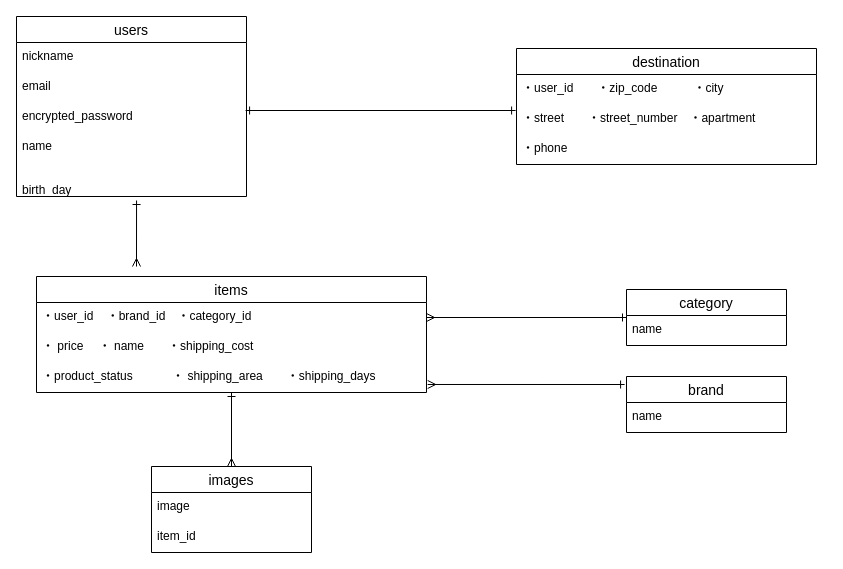
megumi04/furima-37659 keeps this draw.io diagram as test.dio. Above is the earlier version. Source tidied: cells renumbered, new cells numbered last; positions are measured from the earlier drawing's top-left corner, leaving out a move shared by most shapes. Both pictures are drawn from the tidied source at 100%, with x=0, y=0 at pixel (16, 16).
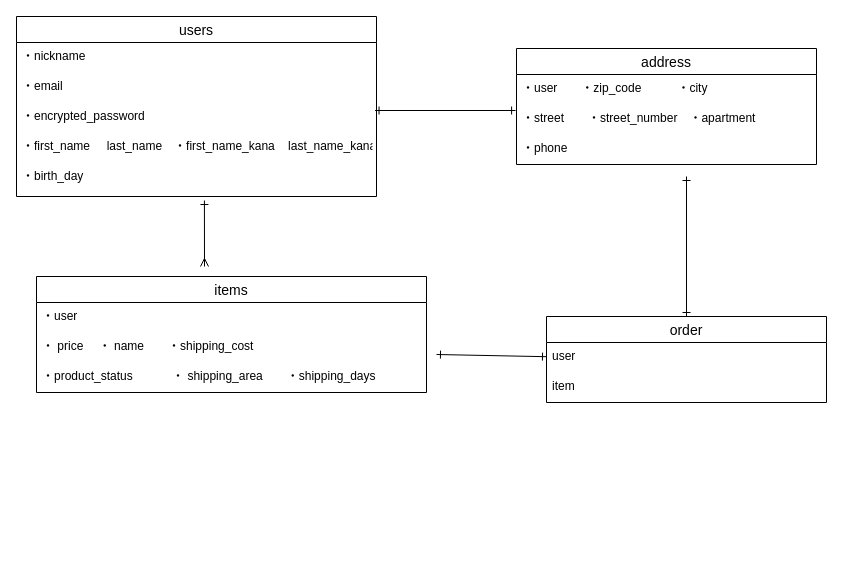
After the change.

Unchanged cells that the change refers to:
```xml
<mxCell id="6" value="items" style="swimlane;fontStyle=0;horizontal=1;startSize=26;align=center;fontSize=14;" parent="1" vertex="1">
  <mxGeometry x="20" y="260" width="390" height="116" as="geometry" />
</mxCell>
<mxCell id="9" value="・product_status 　　　・ shipping_area　　・shipping_days  &#10;  " style="text;strokeColor=none;fillColor=none;spacingLeft=4;spacingRight=4;overflow=hidden;points=[[0,0.5],[1,0.5]];portConstraint=eastwest;fontSize=12;" parent="6" vertex="1">
  <mxGeometry y="86" width="390" height="30" as="geometry" />
</mxCell>
```

The edit, as a diff of the source:
```diff
@@
-    <mxCell id="2" value=" destination" style="swimlane;fontStyle=0;horizontal=1;startSize=26;align=center;fontSize=14;" parent="1" vertex="1">
+    <mxCell id="2" value="address" style="swimlane;fontStyle=0;horizontal=1;startSize=26;align=center;fontSize=14;" parent="1" vertex="1">
       <mxGeometry x="500" y="32" width="300" height="116" as="geometry" />
     </mxCell>
-    <mxCell id="3" value="・user_id　　・zip_code　　　・city" style="text;strokeColor=none;fillColor=none;spacingLeft=4;spacingRight=4;overflow=hidden;fontSize=12;" parent="2" vertex="1">
+    <mxCell id="3" value="・user　　・zip_code　　　・city" style="text;strokeColor=none;fillColor=none;spacingLeft=4;spacingRight=4;overflow=hidden;fontSize=12;" parent="2" vertex="1">
       <mxGeometry y="26" width="300" height="30" as="geometry" />
     </mxCell>
@@
-    <mxCell id="7" value="・user_id    ・brand_id　・category_id" style="text;strokeColor=none;fillColor=none;spacingLeft=4;spacingRight=4;overflow=hidden;points=[[0,0.5],[1,0.5]];portConstraint=eastwest;fontSize=12;" parent="6" vertex="1">
+    <mxCell id="7" value="・user    　" style="text;strokeColor=none;fillColor=none;spacingLeft=4;spacingRight=4;overflow=hidden;points=[[0,0.5],[1,0.5]];portConstraint=eastwest;fontSize=12;" parent="6" vertex="1">
       <mxGeometry y="26" width="390" height="30" as="geometry" />
     </mxCell>
@@
-    <mxCell id="10" style="edgeStyle=none;html=1;endArrow=ERone;endFill=0;startArrow=ERmany;startFill=0;" parent="1" edge="1" source="11" target="9">
-      <mxGeometry relative="1" as="geometry" />
-    </mxCell>
-    <mxCell id="11" value="images" style="swimlane;fontStyle=0;horizontal=1;startSize=26;align=center;fontSize=14;" parent="1" vertex="1">
-      <mxGeometry x="135" y="450" width="160" height="86" as="geometry" />
-    </mxCell>
-    <mxCell id="12" value="image" style="text;strokeColor=none;fillColor=none;spacingLeft=4;spacingRight=4;overflow=hidden;fontSize=12;" parent="11" vertex="1">
-      <mxGeometry y="26" width="160" height="30" as="geometry" />
-    </mxCell>
-    <mxCell id="13" value="item_id" style="text;strokeColor=none;fillColor=none;spacingLeft=4;spacingRight=4;overflow=hidden;fontSize=12;" parent="11" vertex="1">
-      <mxGeometry y="56" width="160" height="30" as="geometry" />
-    </mxCell>
-    <mxCell id="14" style="edgeStyle=none;html=1;endArrow=ERmany;endFill=0;startArrow=ERone;startFill=0;entryX=1.003;entryY=0.733;entryDx=0;entryDy=0;entryPerimeter=0;exitX=-0.012;exitY=0.143;exitDx=0;exitDy=0;exitPerimeter=0;" parent="1" edge="1" source="15" target="9">
-      <mxGeometry relative="1" as="geometry" />
-    </mxCell>
-    <mxCell id="15" value="brand" style="swimlane;fontStyle=0;horizontal=1;startSize=26;align=center;fontSize=14;" parent="1" vertex="1">
-      <mxGeometry x="610" y="360" width="160" height="56" as="geometry" />
-    </mxCell>
-    <mxCell id="16" value="name" style="text;strokeColor=none;fillColor=none;spacingLeft=4;spacingRight=4;overflow=hidden;fontSize=12;" parent="15" vertex="1">
-      <mxGeometry y="26" width="160" height="30" as="geometry" />
-    </mxCell>
-    <mxCell id="17" style="edgeStyle=none;html=1;entryX=1;entryY=0.5;entryDx=0;entryDy=0;endArrow=ERmany;endFill=0;startArrow=ERone;startFill=0;" parent="1" edge="1" source="18" target="7">
-      <mxGeometry relative="1" as="geometry" />
-    </mxCell>
-    <mxCell id="18" value="category" style="swimlane;fontStyle=0;horizontal=1;startSize=26;align=center;fontSize=14;" parent="1" vertex="1">
-      <mxGeometry x="610" y="273" width="160" height="56" as="geometry" />
-    </mxCell>
-    <mxCell id="19" value="name" style="text;strokeColor=none;fillColor=none;spacingLeft=4;spacingRight=4;overflow=hidden;fontSize=12;" parent="18" vertex="1">
-      <mxGeometry y="26" width="160" height="30" as="geometry" />
-    </mxCell>
     <mxCell id="20" style="edgeStyle=none;html=1;endArrow=ERmany;endFill=0;startArrow=ERone;startFill=0;exitX=0.522;exitY=1.118;exitDx=0;exitDy=0;exitPerimeter=0;" parent="1" edge="1" source="26">
       <mxGeometry relative="1" as="geometry">
-        <mxPoint x="120" y="250" as="targetPoint" />
+        <mxPoint x="188" y="250" as="targetPoint" />
       </mxGeometry>
     </mxCell>
     <mxCell id="21" value="users" style="swimlane;fontStyle=0;horizontal=1;startSize=26;align=center;fontSize=14;" parent="1" vertex="1">
-      <mxGeometry width="230" height="180" as="geometry" />
+      <mxGeometry width="360" height="180" as="geometry" />
     </mxCell>
-    <mxCell id="22" value="nickname" style="text;strokeColor=none;fillColor=none;spacingLeft=4;spacingRight=4;overflow=hidden;fontSize=12;" parent="21" vertex="1">
-      <mxGeometry y="26" width="230" height="30" as="geometry" />
+    <mxCell id="22" value="・nickname" style="text;strokeColor=none;fillColor=none;spacingLeft=4;spacingRight=4;overflow=hidden;fontSize=12;" parent="21" vertex="1">
+      <mxGeometry y="26" width="360" height="30" as="geometry" />
     </mxCell>
-    <mxCell id="23" value="email" style="text;strokeColor=none;fillColor=none;spacingLeft=4;spacingRight=4;overflow=hidden;fontSize=12;" parent="21" vertex="1">
-      <mxGeometry y="56" width="230" height="30" as="geometry" />
+    <mxCell id="23" value="・email" style="text;strokeColor=none;fillColor=none;spacingLeft=4;spacingRight=4;overflow=hidden;fontSize=12;" parent="21" vertex="1">
+      <mxGeometry y="56" width="360" height="30" as="geometry" />
     </mxCell>
-    <mxCell id="24" value="encrypted_password" style="text;strokeColor=none;fillColor=none;spacingLeft=4;spacingRight=4;overflow=hidden;points=[[0,0.5],[1,0.5]];portConstraint=eastwest;fontSize=12;" parent="21" vertex="1">
-      <mxGeometry y="86" width="230" height="30" as="geometry" />
+    <mxCell id="24" value="・encrypted_password" style="text;strokeColor=none;fillColor=none;spacingLeft=4;spacingRight=4;overflow=hidden;points=[[0,0.5],[1,0.5]];portConstraint=eastwest;fontSize=12;" parent="21" vertex="1">
+      <mxGeometry y="86" width="360" height="30" as="geometry" />
     </mxCell>
-    <mxCell id="25" value="name" style="text;strokeColor=none;fillColor=none;spacingLeft=4;spacingRight=4;overflow=hidden;fontSize=12;" parent="21" vertex="1">
-      <mxGeometry y="116" width="230" height="30" as="geometry" />
+    <mxCell id="25" value="・first_name     last_name　・first_name_kana    last_name_kana" style="text;strokeColor=none;fillColor=none;spacingLeft=4;spacingRight=4;overflow=hidden;fontSize=12;" parent="21" vertex="1">
+      <mxGeometry y="116" width="360" height="30" as="geometry" />
     </mxCell>
-    <mxCell id="26" value="&#10;birth_day  &#10;&#10;" style="text;strokeColor=none;fillColor=none;spacingLeft=4;spacingRight=4;overflow=hidden;points=[[0,0.5],[1,0.5]];portConstraint=eastwest;fontSize=12;" parent="21" vertex="1">
-      <mxGeometry y="146" width="230" height="34" as="geometry" />
+    <mxCell id="26" value="・birth_day  &#10;&#10;" style="text;strokeColor=none;fillColor=none;spacingLeft=4;spacingRight=4;overflow=hidden;points=[[0,0.5],[1,0.5]];portConstraint=eastwest;fontSize=12;" parent="21" vertex="1">
+      <mxGeometry y="146" width="360" height="34" as="geometry" />
     </mxCell>
@@
+    <mxCell id="28" style="edgeStyle=none;html=1;startArrow=ERone;startFill=0;endArrow=ERone;endFill=0;" parent="1" edge="1" source="30">
+      <mxGeometry relative="1" as="geometry">
+        <mxPoint x="420" y="338" as="targetPoint" />
+      </mxGeometry>
+    </mxCell>
+    <mxCell id="29" style="edgeStyle=none;html=1;startArrow=ERone;startFill=0;endArrow=ERone;endFill=0;" parent="1" edge="1" source="30">
+      <mxGeometry relative="1" as="geometry">
+        <mxPoint x="670" y="160" as="targetPoint" />
+      </mxGeometry>
+    </mxCell>
+    <mxCell id="30" value="order" style="swimlane;fontStyle=0;horizontal=1;startSize=26;align=center;fontSize=14;" parent="1" vertex="1">
+      <mxGeometry x="530" y="300" width="280" height="86" as="geometry" />
+    </mxCell>
+    <mxCell id="31" value="user" style="text;strokeColor=none;fillColor=none;spacingLeft=4;spacingRight=4;overflow=hidden;fontSize=12;" parent="30" vertex="1">
+      <mxGeometry y="26" width="280" height="30" as="geometry" />
+    </mxCell>
+    <mxCell id="32" value="item" style="text;strokeColor=none;fillColor=none;spacingLeft=4;spacingRight=4;overflow=hidden;fontSize=12;" parent="30" vertex="1">
+      <mxGeometry y="56" width="280" height="30" as="geometry" />
+    </mxCell>
```
